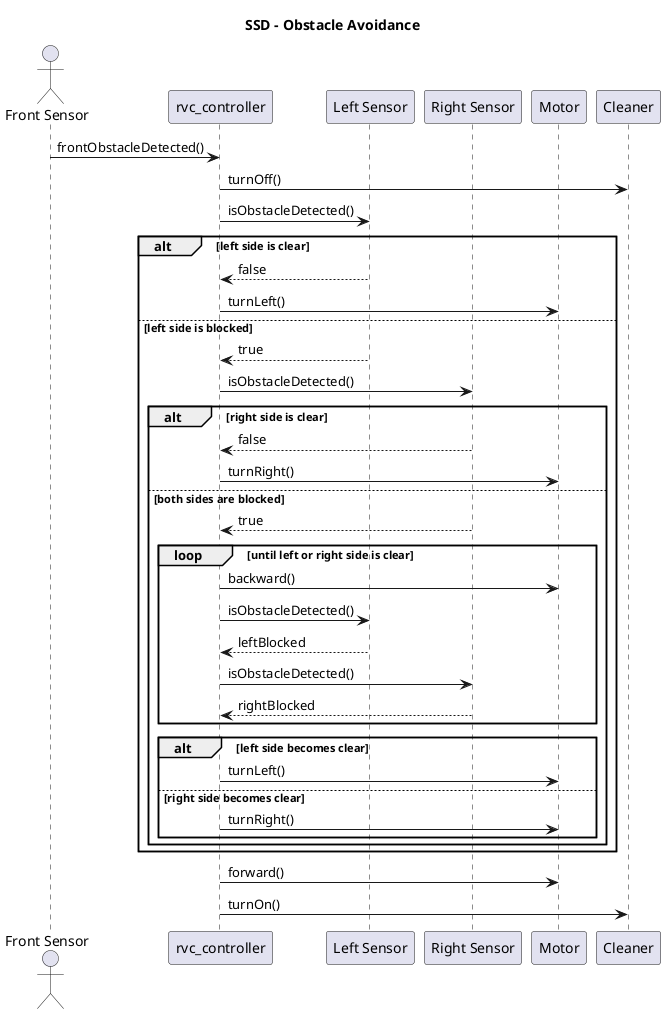
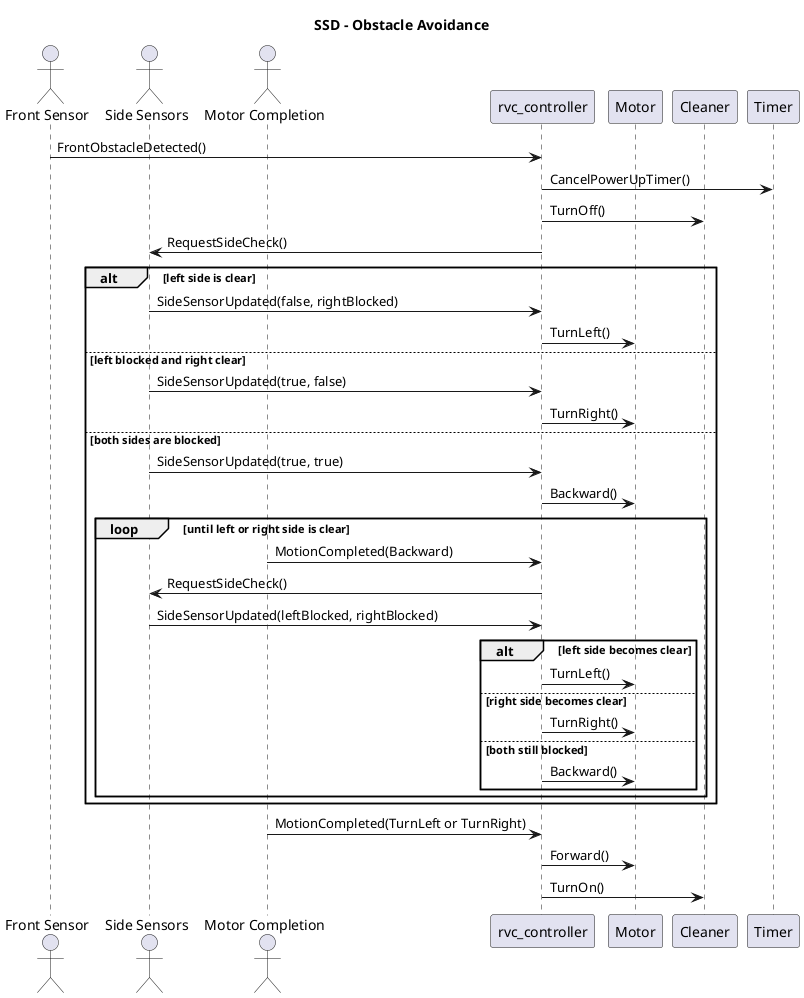
@startuml
title SSD - Obstacle Avoidance

actor "Front Sensor" as FrontSensor
+ actor "Side Sensors" as SideSensors
+ actor "Motor Completion" as MotorEvent
participant "rvc_controller" as Controller
- participant "Left Sensor" as LeftSensor
- participant "Right Sensor" as RightSensor
participant Motor
participant Cleaner
+ participant Timer

- FrontSensor -> Controller: frontObstacleDetected()
- Controller -> Cleaner: turnOff()
- Controller -> LeftSensor: isObstacleDetected()
+ FrontSensor -> Controller: FrontObstacleDetected()
+ Controller -> Timer: CancelPowerUpTimer()
+ Controller -> Cleaner: TurnOff()
+ Controller -> SideSensors: RequestSideCheck()

alt left side is clear
-   LeftSensor --> Controller: false
-   Controller -> Motor: turnLeft()
- else left side is blocked
-   LeftSensor --> Controller: true
-   Controller -> RightSensor: isObstacleDetected()
-   alt right side is clear
-     RightSensor --> Controller: false
-     Controller -> Motor: turnRight()
-   else both sides are blocked
-     RightSensor --> Controller: true
-     loop until left or right side is clear
-       Controller -> Motor: backward()
-       Controller -> LeftSensor: isObstacleDetected()
-       LeftSensor --> Controller: leftBlocked
-       Controller -> RightSensor: isObstacleDetected()
-       RightSensor --> Controller: rightBlocked
-     end
+   SideSensors -> Controller: SideSensorUpdated(false, rightBlocked)
+   Controller -> Motor: TurnLeft()
+ else left blocked and right clear
+   SideSensors -> Controller: SideSensorUpdated(true, false)
+   Controller -> Motor: TurnRight()
+ else both sides are blocked
+   SideSensors -> Controller: SideSensorUpdated(true, true)
+   Controller -> Motor: Backward()
+   loop until left or right side is clear
+     MotorEvent -> Controller: MotionCompleted(Backward)
+     Controller -> SideSensors: RequestSideCheck()
+     SideSensors -> Controller: SideSensorUpdated(leftBlocked, rightBlocked)
    alt left side becomes clear
-       Controller -> Motor: turnLeft()
+       Controller -> Motor: TurnLeft()
    else right side becomes clear
-       Controller -> Motor: turnRight()
+       Controller -> Motor: TurnRight()
+     else both still blocked
+       Controller -> Motor: Backward()
    end
  end
end

- Controller -> Motor: forward()
- Controller -> Cleaner: turnOn()
+ MotorEvent -> Controller: MotionCompleted(TurnLeft or TurnRight)
+ Controller -> Motor: Forward()
+ Controller -> Cleaner: TurnOn()
@enduml
